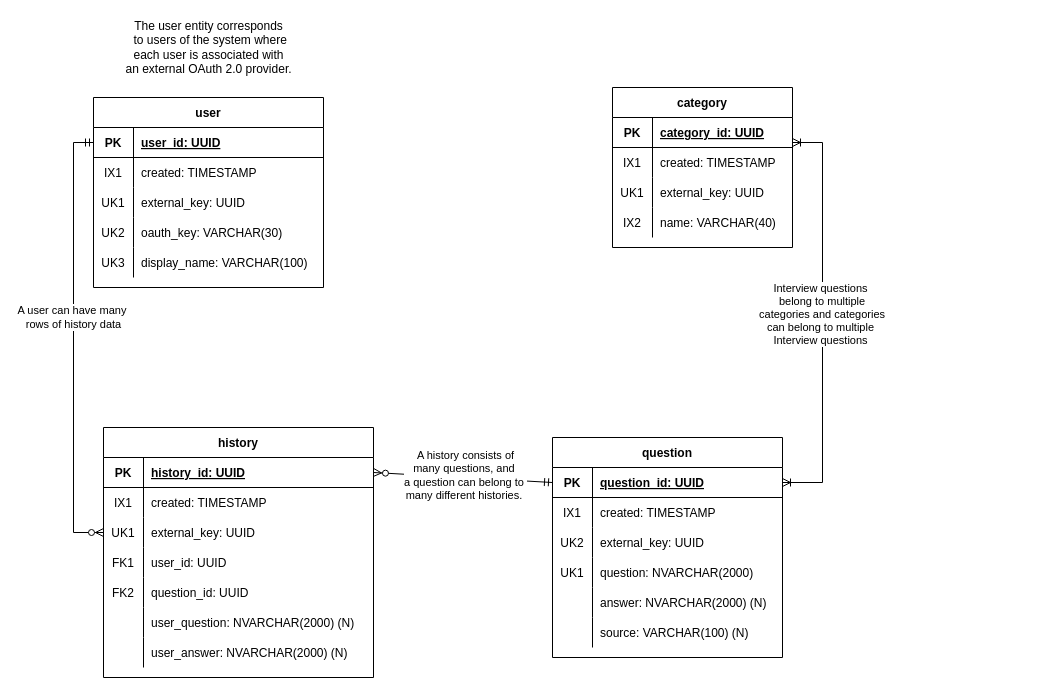
Above: docs/work/erd-Interview-prep.drawio in interview-prep-platform/interview-prep-platform.github.io (draw.io), before the change. Source tidied: cells renumbered, new cells numbered last; positions are measured from the earlier drawing's top-left corner, leaving out a move shared by most shapes. Both pictures are drawn from the tidied source at 100%, with x=0, y=0 at pixel (73, 17).
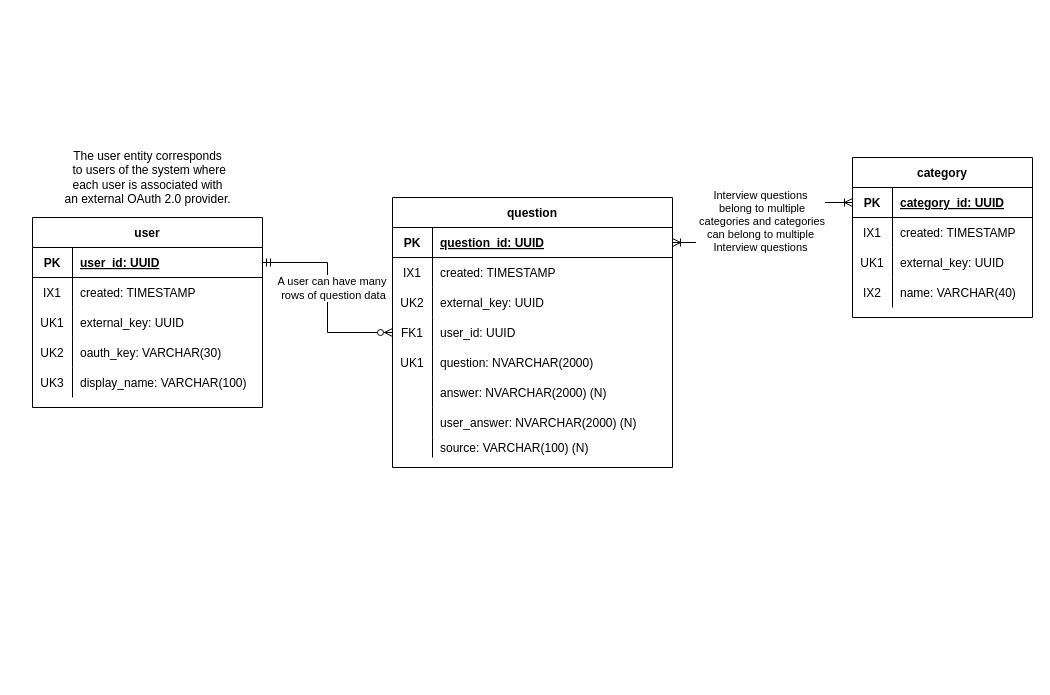
The same page after the edit.

The change refers to these unchanged cells:
```xml
<mxCell id="3" style="shape=partialRectangle;fillColor=none;top=0;left=0;bottom=1;right=0;points=[[0,0.5],[1,0.5]];portConstraint=eastwest;" parent="2" vertex="1">
  <mxGeometry y="30" width="230" height="30" as="geometry" />
</mxCell>
<mxCell id="40" style="shape=partialRectangle;fillColor=none;top=0;left=0;bottom=1;right=0;points=[[0,0.5],[1,0.5]];portConstraint=eastwest;" parent="39" vertex="1">
  <mxGeometry y="30" width="180" height="30" as="geometry" />
</mxCell>
```

Change to the diagram source:
```diff
@@
     <mxCell id="2" value="user" style="shape=table;startSize=30;childLayout=tableLayout;rowLines=0;fontStyle=1;align=center;" parent="1" vertex="1">
-      <mxGeometry x="20" y="80" width="230" height="190" as="geometry" />
+      <mxGeometry x="-41" y="200" width="230" height="190" as="geometry" />
     </mxCell>
@@
     <mxCell id="18" value="question" style="shape=table;startSize=30;childLayout=tableLayout;rowLines=0;fontStyle=1;align=center;" parent="1" vertex="1">
-      <mxGeometry x="479" y="420" width="230" height="220" as="geometry" />
+      <mxGeometry x="319" y="180" width="280" height="270" as="geometry" />
     </mxCell>
     <mxCell id="19" style="shape=partialRectangle;fillColor=none;top=0;left=0;bottom=1;right=0;points=[[0,0.5],[1,0.5]];portConstraint=eastwest;" parent="18" vertex="1">
-      <mxGeometry y="30" width="230" height="30" as="geometry" />
+      <mxGeometry y="30" width="280" height="30" as="geometry" />
     </mxCell>
@@
     <mxCell id="21" value="question_id: UUID" style="shape=partialRectangle;fillColor=none;top=0;left=0;bottom=0;right=0;align=left;spacingLeft=6;fontStyle=5;overflow=hidden;" parent="19" vertex="1">
-      <mxGeometry x="40" width="190" height="30" as="geometry" />
+      <mxGeometry x="40" width="240" height="30" as="geometry" />
     </mxCell>
     <mxCell id="22" style="shape=partialRectangle;fillColor=none;top=0;left=0;bottom=0;right=0;" parent="18" vertex="1">
-      <mxGeometry y="60" width="230" height="30" as="geometry" />
+      <mxGeometry y="60" width="280" height="30" as="geometry" />
     </mxCell>
@@
     <mxCell id="24" value="created: TIMESTAMP" style="shape=partialRectangle;fillColor=none;top=0;left=0;bottom=0;right=0;align=left;spacingLeft=6;overflow=hidden;" parent="22" vertex="1">
-      <mxGeometry x="40" width="190" height="30" as="geometry" />
+      <mxGeometry x="40" width="240" height="30" as="geometry" />
     </mxCell>
     <mxCell id="25" style="shape=partialRectangle;fillColor=none;top=0;left=0;bottom=0;right=0;" parent="18" vertex="1">
-      <mxGeometry y="90" width="230" height="30" as="geometry" />
+      <mxGeometry y="90" width="280" height="30" as="geometry" />
     </mxCell>
@@
     <mxCell id="27" value="external_key: UUID" style="shape=partialRectangle;fillColor=none;top=0;left=0;bottom=0;right=0;align=left;spacingLeft=6;overflow=hidden;" parent="25" vertex="1">
-      <mxGeometry x="40" width="190" height="30" as="geometry" />
+      <mxGeometry x="40" width="240" height="30" as="geometry" />
     </mxCell>
+    <mxCell id="79" style="shape=partialRectangle;fillColor=none;top=0;left=0;bottom=0;right=0;points=[[0,0.5],[1,0.5]];portConstraint=eastwest;" parent="18" vertex="1">
+      <mxGeometry y="120" width="280" height="30" as="geometry" />
+    </mxCell>
+    <mxCell id="65" value="FK1" style="shape=partialRectangle;fillColor=none;top=0;left=0;bottom=0;right=0;overflow=hidden;" parent="79" vertex="1">
+      <mxGeometry width="40" height="30" as="geometry" />
+    </mxCell>
+    <mxCell id="66" value="user_id: UUID" style="shape=partialRectangle;fillColor=none;top=0;left=0;bottom=0;right=0;align=left;spacingLeft=6;overflow=hidden;" parent="79" vertex="1">
+      <mxGeometry x="40" width="240" height="30" as="geometry" />
+    </mxCell>
     <mxCell id="28" style="shape=partialRectangle;fillColor=none;top=0;left=0;bottom=0;right=0;" parent="18" vertex="1">
-      <mxGeometry y="120" width="230" height="30" as="geometry" />
+      <mxGeometry y="150" width="280" height="30" as="geometry" />
     </mxCell>
@@
     <mxCell id="30" value="question: NVARCHAR(2000)" style="shape=partialRectangle;fillColor=none;top=0;left=0;bottom=0;right=0;align=left;spacingLeft=6;overflow=hidden;" parent="28" vertex="1">
-      <mxGeometry x="40" width="190" height="30" as="geometry" />
+      <mxGeometry x="40" width="240" height="30" as="geometry" />
     </mxCell>
     <mxCell id="31" style="shape=partialRectangle;fillColor=none;top=0;left=0;bottom=0;right=0;" parent="18" vertex="1">
-      <mxGeometry y="150" width="230" height="30" as="geometry" />
+      <mxGeometry y="180" width="280" height="30" as="geometry" />
     </mxCell>
@@
     <mxCell id="33" value="answer: NVARCHAR(2000) (N)" style="shape=partialRectangle;fillColor=none;top=0;left=0;bottom=0;right=0;align=left;spacingLeft=6;overflow=hidden;" parent="31" vertex="1">
-      <mxGeometry x="40" width="190" height="30" as="geometry" />
+      <mxGeometry x="40" width="240" height="30" as="geometry" />
     </mxCell>
+    <mxCell id="80" style="shape=partialRectangle;fillColor=none;top=0;left=0;bottom=0;right=0;" parent="18" vertex="1">
+      <mxGeometry y="210" width="280" height="30" as="geometry" />
+    </mxCell>
+    <mxCell id="81" style="shape=partialRectangle;fillColor=none;top=0;left=0;bottom=0;right=0;overflow=hidden;" parent="80" vertex="1">
+      <mxGeometry width="40" height="30" as="geometry" />
+    </mxCell>
+    <mxCell id="75" value="user_answer: NVARCHAR(2000) (N)" style="shape=partialRectangle;fillColor=none;top=0;left=0;bottom=0;right=0;align=left;spacingLeft=6;overflow=hidden;" parent="80" vertex="1">
+      <mxGeometry x="40" width="240" height="30" as="geometry" />
+    </mxCell>
     <mxCell id="34" style="shape=partialRectangle;fillColor=none;top=0;left=0;bottom=0;right=0;" parent="18" vertex="1">
-      <mxGeometry y="180" width="230" height="30" as="geometry" />
+      <mxGeometry y="240" width="280" height="20" as="geometry" />
     </mxCell>
     <mxCell id="35" style="shape=partialRectangle;fillColor=none;top=0;left=0;bottom=0;right=0;overflow=hidden;" parent="34" vertex="1">
-      <mxGeometry width="40" height="30" as="geometry" />
+      <mxGeometry width="40" height="20" as="geometry" />
     </mxCell>
     <mxCell id="36" value="source: VARCHAR(100) (N)" style="shape=partialRectangle;fillColor=none;top=0;left=0;bottom=0;right=0;align=left;spacingLeft=6;overflow=hidden;" parent="34" vertex="1">
-      <mxGeometry x="40" width="190" height="30" as="geometry" />
+      <mxGeometry x="40" width="240" height="20" as="geometry" />
     </mxCell>
-    <mxCell id="37" style="fontSize=12;html=1;endArrow=ERmandOne;startArrow=ERzeroToMany;rounded=0;startFill=1;endFill=0;exitX=0;exitY=0.5;exitDx=0;exitDy=0;entryX=0;entryY=0.5;entryDx=0;entryDy=0;edgeStyle=orthogonalEdgeStyle;" parent="1" edge="1" source="61" target="3">
-      <mxGeometry relative="1" as="geometry">
-        <Array as="points">
-          <mxPoint y="515" />
-          <mxPoint y="125" />
-        </Array>
-      </mxGeometry>
+    <mxCell id="37" style="fontSize=12;html=1;endArrow=ERmandOne;startArrow=ERzeroToMany;rounded=0;startFill=1;endFill=0;edgeStyle=orthogonalEdgeStyle;exitX=0;exitY=0.5;exitDx=0;exitDy=0;" parent="1" edge="1" source="79" target="3">
+      <mxGeometry relative="1" as="geometry" />
     </mxCell>
-    <mxCell id="38" value="A user can have many&amp;nbsp;&lt;br&gt;rows of history data" style="edgeLabel;html=1;align=center;verticalAlign=middle;" parent="37" vertex="1">
-      <mxGeometry x="0.12" y="1" relative="1" as="geometry" />
+    <mxCell id="38" value="A user can have many&amp;nbsp;&lt;br&gt;rows of question data" style="edgeLabel;html=1;align=center;verticalAlign=middle;" parent="37" vertex="1">
+      <mxGeometry x="0.12" y="1" relative="1" as="geometry">
+        <mxPoint x="6" y="2" as="offset" />
+      </mxGeometry>
     </mxCell>
     <mxCell id="39" value="category" style="shape=table;startSize=30;childLayout=tableLayout;rowLines=0;fontStyle=1;align=center;" parent="1" vertex="1">
-      <mxGeometry x="539" y="70" width="180" height="160" as="geometry" />
+      <mxGeometry x="779" y="140" width="180" height="160" as="geometry" />
     </mxCell>
@@
-    <mxCell id="52" style="fontSize=12;html=1;endArrow=ERoneToMany;startArrow=ERoneToMany;rounded=0;endFill=0;startFill=0;exitX=1;exitY=0.5;exitDx=0;exitDy=0;edgeStyle=orthogonalEdgeStyle;" parent="1" edge="1" source="19">
-      <mxGeometry relative="1" as="geometry">
-        <mxPoint x="719" y="125" as="targetPoint" />
-        <Array as="points">
-          <mxPoint x="749" y="465" />
-          <mxPoint x="749" y="125" />
-        </Array>
-      </mxGeometry>
+    <mxCell id="52" style="fontSize=12;html=1;endArrow=ERoneToMany;startArrow=ERoneToMany;rounded=0;endFill=0;startFill=0;edgeStyle=orthogonalEdgeStyle;entryX=0;entryY=0.5;entryDx=0;entryDy=0;exitX=1;exitY=0.5;exitDx=0;exitDy=0;" parent="1" edge="1" source="19" target="40">
+      <mxGeometry relative="1" as="geometry" />
     </mxCell>
@@
-    <mxCell id="54" value="history" style="shape=table;startSize=30;childLayout=tableLayout;rowLines=0;fontStyle=1;align=center;" parent="1" vertex="1">
-      <mxGeometry x="30" y="410" width="270" height="250" as="geometry" />
-    </mxCell>
-    <mxCell id="55" style="shape=partialRectangle;fillColor=none;top=0;left=0;bottom=1;right=0;points=[[0,0.5],[1,0.5]];portConstraint=eastwest;" parent="54" vertex="1">
-      <mxGeometry y="30" width="270" height="30" as="geometry" />
-    </mxCell>
-    <mxCell id="56" value="PK" style="shape=partialRectangle;fillColor=none;top=0;left=0;bottom=0;right=0;fontStyle=1;overflow=hidden;" parent="55" vertex="1">
-      <mxGeometry width="40" height="30" as="geometry" />
-    </mxCell>
-    <mxCell id="57" value="history_id: UUID" style="shape=partialRectangle;fillColor=none;top=0;left=0;bottom=0;right=0;align=left;spacingLeft=6;fontStyle=5;overflow=hidden;" parent="55" vertex="1">
-      <mxGeometry x="40" width="230" height="30" as="geometry" />
-    </mxCell>
-    <mxCell id="58" style="shape=partialRectangle;fillColor=none;top=0;left=0;bottom=0;right=0;" parent="54" vertex="1">
-      <mxGeometry y="60" width="270" height="30" as="geometry" />
-    </mxCell>
-    <mxCell id="59" value="IX1" style="shape=partialRectangle;fillColor=none;top=0;left=0;bottom=0;right=0;overflow=hidden;" parent="58" vertex="1">
-      <mxGeometry width="40" height="30" as="geometry" />
-    </mxCell>
-    <mxCell id="60" value="created: TIMESTAMP" style="shape=partialRectangle;fillColor=none;top=0;left=0;bottom=0;right=0;align=left;spacingLeft=6;overflow=hidden;" parent="58" vertex="1">
-      <mxGeometry x="40" width="230" height="30" as="geometry" />
-    </mxCell>
-    <mxCell id="61" style="shape=partialRectangle;fillColor=none;top=0;left=0;bottom=0;right=0;points=[[0,0.5],[1,0.5]];portConstraint=eastwest;" parent="54" vertex="1">
-      <mxGeometry y="90" width="270" height="30" as="geometry" />
-    </mxCell>
-    <mxCell id="62" value="UK1" style="shape=partialRectangle;fillColor=none;top=0;left=0;bottom=0;right=0;overflow=hidden;" parent="61" vertex="1">
-      <mxGeometry width="40" height="30" as="geometry" />
-    </mxCell>
-    <mxCell id="63" value="external_key: UUID" style="shape=partialRectangle;fillColor=none;top=0;left=0;bottom=0;right=0;align=left;spacingLeft=6;overflow=hidden;" parent="61" vertex="1">
-      <mxGeometry x="40" width="230" height="30" as="geometry" />
-    </mxCell>
-    <mxCell id="64" style="shape=partialRectangle;fillColor=none;top=0;left=0;bottom=0;right=0;" parent="54" vertex="1">
-      <mxGeometry y="120" width="270" height="30" as="geometry" />
-    </mxCell>
-    <mxCell id="65" value="FK1" style="shape=partialRectangle;fillColor=none;top=0;left=0;bottom=0;right=0;overflow=hidden;" parent="64" vertex="1">
-      <mxGeometry width="40" height="30" as="geometry" />
-    </mxCell>
-    <mxCell id="66" value="user_id: UUID" style="shape=partialRectangle;fillColor=none;top=0;left=0;bottom=0;right=0;align=left;spacingLeft=6;overflow=hidden;" parent="64" vertex="1">
-      <mxGeometry x="40" width="230" height="30" as="geometry" />
-    </mxCell>
-    <mxCell id="67" style="shape=partialRectangle;fillColor=none;top=0;left=0;bottom=0;right=0;" parent="54" vertex="1">
-      <mxGeometry y="150" width="270" height="30" as="geometry" />
-    </mxCell>
-    <mxCell id="68" value="FK2" style="shape=partialRectangle;fillColor=none;top=0;left=0;bottom=0;right=0;overflow=hidden;" parent="67" vertex="1">
-      <mxGeometry width="40" height="30" as="geometry" />
-    </mxCell>
-    <mxCell id="69" value="question_id: UUID" style="shape=partialRectangle;fillColor=none;top=0;left=0;bottom=0;right=0;align=left;spacingLeft=6;overflow=hidden;" parent="67" vertex="1">
-      <mxGeometry x="40" width="230" height="30" as="geometry" />
-    </mxCell>
-    <mxCell id="70" style="shape=partialRectangle;fillColor=none;top=0;left=0;bottom=0;right=0;" parent="54" vertex="1">
-      <mxGeometry y="180" width="270" height="30" as="geometry" />
-    </mxCell>
-    <mxCell id="71" style="shape=partialRectangle;fillColor=none;top=0;left=0;bottom=0;right=0;overflow=hidden;" parent="70" vertex="1">
-      <mxGeometry width="40" height="30" as="geometry" />
-    </mxCell>
-    <mxCell id="72" value="user_question: NVARCHAR(2000) (N)" style="shape=partialRectangle;fillColor=none;top=0;left=0;bottom=0;right=0;align=left;spacingLeft=6;overflow=hidden;" parent="70" vertex="1">
-      <mxGeometry x="40" width="230" height="30" as="geometry" />
-    </mxCell>
-    <mxCell id="73" style="shape=partialRectangle;fillColor=none;top=0;left=0;bottom=0;right=0;" parent="54" vertex="1">
-      <mxGeometry y="210" width="270" height="30" as="geometry" />
-    </mxCell>
-    <mxCell id="74" style="shape=partialRectangle;fillColor=none;top=0;left=0;bottom=0;right=0;overflow=hidden;" parent="73" vertex="1">
-      <mxGeometry width="40" height="30" as="geometry" />
-    </mxCell>
-    <mxCell id="75" value="user_answer: NVARCHAR(2000) (N)" style="shape=partialRectangle;fillColor=none;top=0;left=0;bottom=0;right=0;align=left;spacingLeft=6;overflow=hidden;" parent="73" vertex="1">
-      <mxGeometry x="40" width="230" height="30" as="geometry" />
-    </mxCell>
     <mxCell id="76" value="The user entity corresponds&lt;br&gt;&amp;nbsp;to users of the system where &lt;br&gt;each user is associated with &lt;br&gt;an external OAuth 2.0 provider." style="text;html=1;align=center;verticalAlign=middle;strokeColor=none;fillColor=none;" parent="1" vertex="1">
-      <mxGeometry x="45" width="180" height="60" as="geometry" />
+      <mxGeometry x="-16" y="130" width="180" height="60" as="geometry" />
     </mxCell>
-    <mxCell id="77" style="fontSize=12;html=1;endArrow=ERmandOne;startArrow=ERzeroToMany;rounded=0;endFill=0;startFill=1;exitX=1;exitY=0.5;exitDx=0;exitDy=0;entryX=0;entryY=0.5;entryDx=0;entryDy=0;" parent="1" edge="1" source="55" target="19">
-      <mxGeometry relative="1" as="geometry" />
-    </mxCell>
-    <mxCell id="78" value="A history consists of&lt;br&gt;many questions, and&amp;nbsp;&lt;br&gt;a question can belong to&amp;nbsp;&lt;br&gt;many different histories.&amp;nbsp;" style="edgeLabel;html=1;align=center;verticalAlign=middle;" parent="77" vertex="1">
-      <mxGeometry x="0.02" y="3" relative="1" as="geometry" />
-    </mxCell>
```
